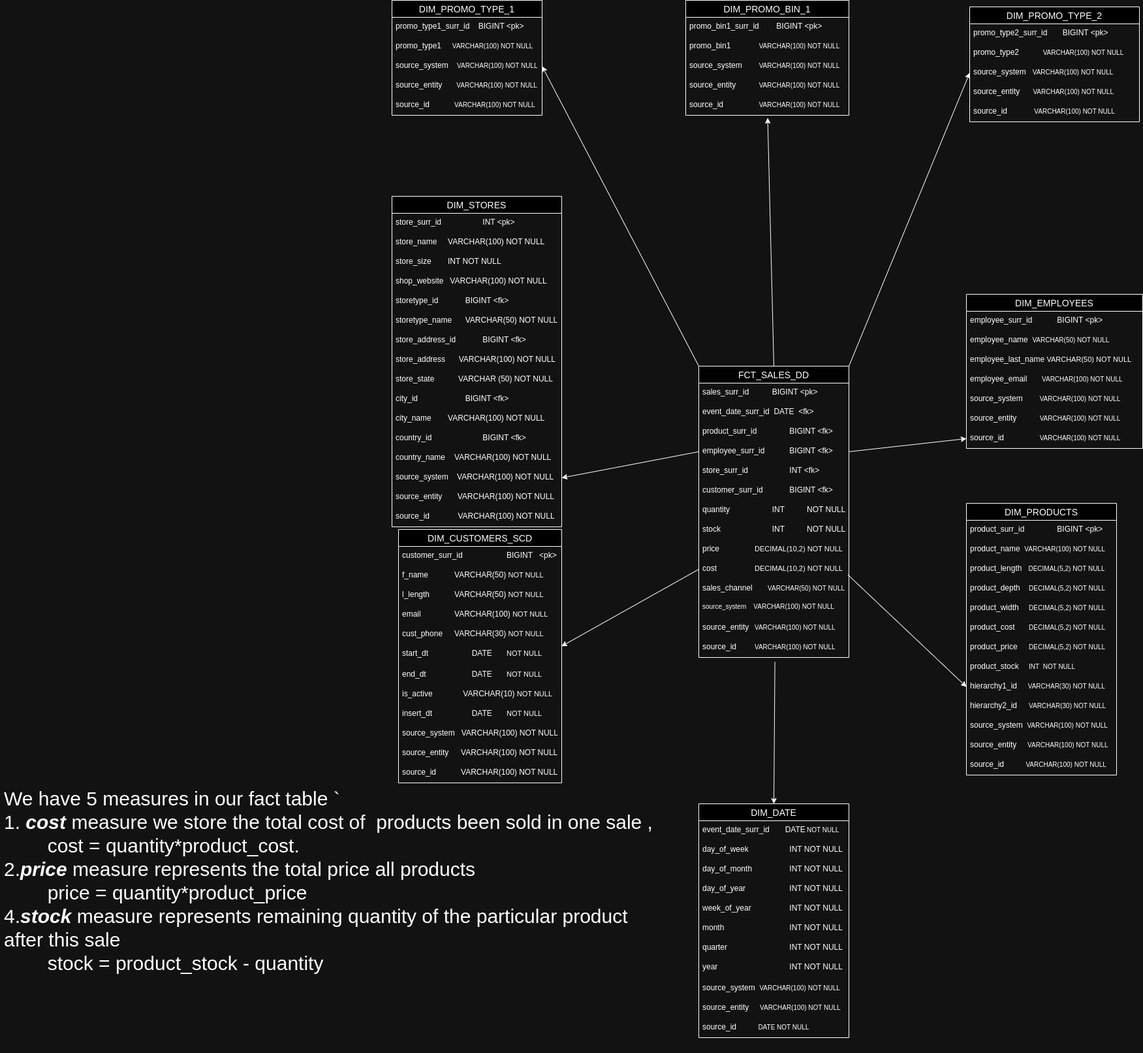
Above: DWH_Task_4/BL_DM_ERD.png in Styop9796/Stepan_Gasparyan_WCASP24 (draw.io), before the change. Source tidied: cells renumbered, new cells last; positions are measured from the earlier drawing's top-left corner, leaving out a move shared by most shapes.
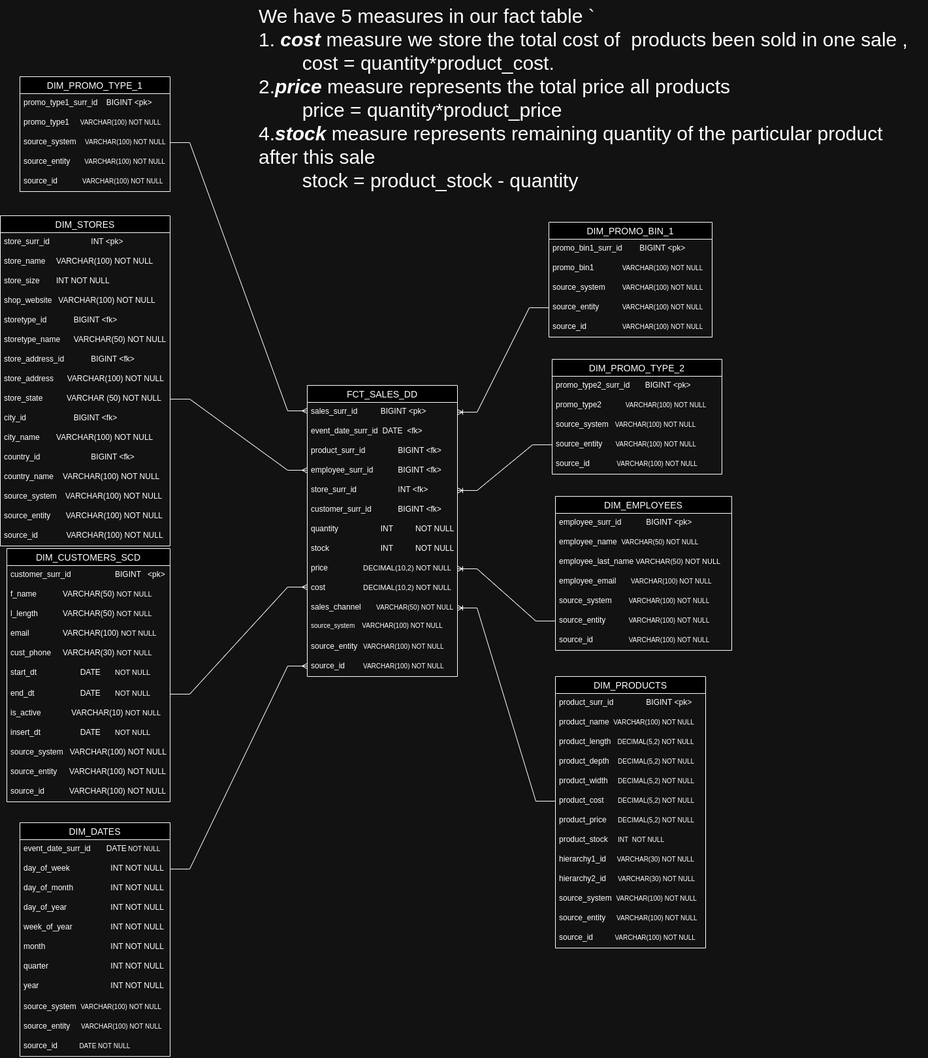
Later version of the same file.

Commit message:
ERD corrected , relations added,dates dimension in plural

Change to the diagram source:
```diff
@@ -3,7 +3,7 @@
     <mxCell id="0" />
     <mxCell id="1" parent="0" />
     <mxCell id="2" value="DIM_EMPLOYEES" style="swimlane;fontStyle=0;horizontal=1;startSize=26;align=center;fontSize=14;labelBackgroundColor=none;" parent="1" vertex="1">
-      <mxGeometry x="1480" y="450" width="270" height="236" as="geometry" />
+      <mxGeometry x="1450" y="730" width="270" height="236" as="geometry" />
     </mxCell>
     <mxCell id="3" value="employee_surr_id&lt;span style=&quot;white-space: pre;&quot;&gt;&#9;&lt;/span&gt;&lt;span style=&quot;white-space: pre;&quot;&gt;&#9;&lt;/span&gt;BIGINT &amp;lt;pk&amp;gt;" style="text;strokeColor=none;fillColor=none;spacingLeft=4;spacingRight=4;overflow=hidden;fontSize=12;whiteSpace=wrap;html=1;labelBackgroundColor=none;" parent="2" vertex="1">
       <mxGeometry y="26" width="270" height="30" as="geometry" />
@@ -26,8 +26,8 @@
     <mxCell id="9" value="&lt;div&gt;source_id&lt;span style=&quot;white-space: pre;&quot;&gt;&#9;&lt;/span&gt;&lt;span style=&quot;white-space: pre;&quot;&gt;&#9;&lt;/span&gt;&lt;span style=&quot;background-color: initial; font-size: 10px;&quot;&gt;VARCHAR(100)&amp;nbsp;&lt;/span&gt;&lt;span style=&quot;background-color: initial; font-size: 10px;&quot;&gt;NOT NULL&lt;/span&gt;&lt;/div&gt;" style="text;strokeColor=none;fillColor=none;spacingLeft=4;spacingRight=4;overflow=hidden;points=[[0,0.5],[1,0.5]];portConstraint=eastwest;fontSize=12;whiteSpace=wrap;html=1;labelBackgroundColor=none;" parent="2" vertex="1">
       <mxGeometry y="206" width="270" height="30" as="geometry" />
     </mxCell>
-    <mxCell id="10" value="DIM_DATE" style="swimlane;fontStyle=0;horizontal=1;startSize=26;align=center;fontSize=14;labelBackgroundColor=none;" parent="1" vertex="1">
-      <mxGeometry x="1070" y="1230" width="230" height="358" as="geometry" />
+    <mxCell id="10" value="DIM_DATES" style="swimlane;fontStyle=0;horizontal=1;startSize=26;align=center;fontSize=14;labelBackgroundColor=none;" parent="1" vertex="1">
+      <mxGeometry x="630" y="1230" width="230" height="358" as="geometry" />
     </mxCell>
     <mxCell id="11" value="event_date_surr_id&lt;span style=&quot;white-space: pre;&quot;&gt;&#9;&lt;/span&gt;&amp;nbsp; &amp;nbsp; &amp;nbsp; DATE&lt;span style=&quot;white-space: pre;&quot;&gt;&#9;&lt;/span&gt;&lt;span style=&quot;font-size: 10px;&quot;&gt;NOT NULL&amp;nbsp;&lt;/span&gt;" style="text;strokeColor=none;fillColor=none;spacingLeft=4;spacingRight=4;overflow=hidden;fontSize=12;whiteSpace=wrap;html=1;labelBackgroundColor=none;" parent="10" vertex="1">
       <mxGeometry y="26" width="230" height="30" as="geometry" />
@@ -198,7 +198,7 @@
       <mxGeometry y="416" width="230" height="30" as="geometry" />
     </mxCell>
     <mxCell id="67" value="DIM_PROMO_TYPE_1" style="swimlane;fontStyle=0;horizontal=1;startSize=26;align=center;fontSize=14;labelBackgroundColor=none;" parent="1" vertex="1">
-      <mxGeometry x="600" width="230" height="176" as="geometry" />
+      <mxGeometry x="630" y="87" width="230" height="176" as="geometry" />
     </mxCell>
     <mxCell id="68" value="promo_type1_surr_id&amp;nbsp; &amp;nbsp; BIGINT &amp;lt;pk&amp;gt;" style="text;strokeColor=none;fillColor=none;spacingLeft=4;spacingRight=4;overflow=hidden;fontSize=12;whiteSpace=wrap;html=1;labelBackgroundColor=none;" parent="67" vertex="1">
       <mxGeometry y="26" width="230" height="30" as="geometry" />
@@ -216,7 +216,7 @@
       <mxGeometry y="146" width="230" height="30" as="geometry" />
     </mxCell>
     <mxCell id="73" value="DIM_PROMO_TYPE_2" style="swimlane;fontStyle=0;horizontal=1;startSize=26;align=center;fontSize=14;labelBackgroundColor=none;" parent="1" vertex="1">
-      <mxGeometry x="1485" y="10" width="260" height="176" as="geometry" />
+      <mxGeometry x="1445" y="520" width="260" height="176" as="geometry" />
     </mxCell>
     <mxCell id="74" value="promo_type2_surr_id&lt;span style=&quot;white-space: pre;&quot;&gt;&#9;&lt;/span&gt;&amp;nbsp;BIGINT &amp;lt;pk&amp;gt;" style="text;strokeColor=none;fillColor=none;spacingLeft=4;spacingRight=4;overflow=hidden;fontSize=12;whiteSpace=wrap;html=1;labelBackgroundColor=none;" parent="73" vertex="1">
       <mxGeometry y="26" width="260" height="30" as="geometry" />
@@ -234,7 +234,7 @@
       <mxGeometry y="146" width="260" height="30" as="geometry" />
     </mxCell>
     <mxCell id="79" value="DIM_PROMO_BIN_1" style="swimlane;fontStyle=0;horizontal=1;startSize=26;align=center;fontSize=14;labelBackgroundColor=none;" parent="1" vertex="1">
-      <mxGeometry x="1050" width="250" height="176" as="geometry" />
+      <mxGeometry x="1440" y="310" width="250" height="176" as="geometry" />
     </mxCell>
     <mxCell id="80" value="promo_bin1_surr_id&lt;span style=&quot;white-space: pre;&quot;&gt;&#9;&lt;/span&gt;BIGINT &amp;lt;pk&amp;gt;" style="text;strokeColor=none;fillColor=none;spacingLeft=4;spacingRight=4;overflow=hidden;fontSize=12;whiteSpace=wrap;html=1;labelBackgroundColor=none;" parent="79" vertex="1">
       <mxGeometry y="26" width="250" height="30" as="geometry" />
@@ -251,33 +251,8 @@
     <mxCell id="84" value="&lt;div&gt;source_id&lt;span style=&quot;white-space: pre;&quot;&gt;&#9;&lt;/span&gt;&lt;span style=&quot;white-space: pre;&quot;&gt;&#9;&lt;/span&gt;&lt;span style=&quot;background-color: initial; font-size: 10px;&quot;&gt;VARCHAR(100)&amp;nbsp;&lt;/span&gt;&lt;span style=&quot;background-color: initial; font-size: 10px;&quot;&gt;NOT NULL&lt;/span&gt;&lt;/div&gt;" style="text;strokeColor=none;fillColor=none;spacingLeft=4;spacingRight=4;overflow=hidden;points=[[0,0.5],[1,0.5]];portConstraint=eastwest;fontSize=12;whiteSpace=wrap;html=1;labelBackgroundColor=none;" parent="79" vertex="1">
       <mxGeometry y="146" width="250" height="30" as="geometry" />
     </mxCell>
-    <mxCell id="85" style="endArrow=classic;html=1;rounded=0;exitX=1;exitY=0;exitDx=0;exitDy=0;entryX=0;entryY=0.5;entryDx=0;entryDy=0;labelBackgroundColor=none;fontColor=default;" parent="1" edge="1" source="52">
-      <mxGeometry relative="1" as="geometry">
-        <mxPoint x="1485" y="111" as="targetPoint" />
-      </mxGeometry>
-    </mxCell>
-    <mxCell id="86" style="endArrow=classic;html=1;rounded=0;exitX=0.5;exitY=0;exitDx=0;exitDy=0;entryX=0.502;entryY=1.133;entryDx=0;entryDy=0;entryPerimeter=0;labelBackgroundColor=none;fontColor=default;" parent="1" edge="1" source="52" target="84">
-      <mxGeometry relative="1" as="geometry" />
-    </mxCell>
-    <mxCell id="87" style="endArrow=classic;html=1;rounded=0;exitX=0;exitY=0;exitDx=0;exitDy=0;entryX=1;entryY=0.5;entryDx=0;entryDy=0;labelBackgroundColor=none;fontColor=default;" parent="1" edge="1" source="52">
-      <mxGeometry relative="1" as="geometry">
-        <mxPoint x="830" y="101" as="targetPoint" />
-      </mxGeometry>
-    </mxCell>
-    <mxCell id="88" style="endArrow=classic;html=1;rounded=0;exitX=1;exitY=0.5;exitDx=0;exitDy=0;entryX=0;entryY=0.5;entryDx=0;entryDy=0;labelBackgroundColor=none;fontColor=default;" parent="1" edge="1" source="56" target="9">
-      <mxGeometry relative="1" as="geometry" />
-    </mxCell>
-    <mxCell id="89" style="endArrow=classic;html=1;rounded=0;exitX=0;exitY=0.5;exitDx=0;exitDy=0;entryX=1;entryY=0.5;entryDx=0;entryDy=0;labelBackgroundColor=none;fontColor=default;" parent="1" edge="1" source="56" target="49">
-      <mxGeometry relative="1" as="geometry" />
-    </mxCell>
-    <mxCell id="90" style="endArrow=classic;html=1;rounded=0;exitX=0.994;exitY=-0.215;exitDx=0;exitDy=0;entryX=0;entryY=0.5;entryDx=0;entryDy=0;labelBackgroundColor=none;fontColor=default;exitPerimeter=0;" parent="1" edge="1" source="63" target="101">
-      <mxGeometry relative="1" as="geometry" />
-    </mxCell>
-    <mxCell id="91" style="endArrow=classic;html=1;rounded=0;exitX=0;exitY=0.5;exitDx=0;exitDy=0;entryX=0.999;entryY=0.088;entryDx=0;entryDy=0;labelBackgroundColor=none;fontColor=default;entryPerimeter=0;" parent="1" edge="1" source="62" target="28">
-      <mxGeometry relative="1" as="geometry" />
-    </mxCell>
     <mxCell id="92" value="DIM_PRODUCTS" style="swimlane;fontStyle=0;horizontal=1;startSize=26;align=center;fontSize=14;labelBackgroundColor=none;" parent="1" vertex="1">
-      <mxGeometry x="1480" y="770" width="230" height="416" as="geometry" />
+      <mxGeometry x="1450" y="1006" width="230" height="416" as="geometry" />
     </mxCell>
     <mxCell id="93" value="product_surr_id&lt;span style=&quot;white-space: pre;&quot;&gt;&#9;&lt;/span&gt;&lt;span style=&quot;white-space: pre;&quot;&gt;&#9;&lt;/span&gt;BIG&lt;span style=&quot;white-space: pre;&quot;&gt;INT &amp;lt;pk&amp;gt;&lt;/span&gt;" style="text;strokeColor=none;fillColor=none;spacingLeft=4;spacingRight=4;overflow=hidden;fontSize=12;whiteSpace=wrap;html=1;labelBackgroundColor=none;" parent="92" vertex="1">
       <mxGeometry y="26" width="230" height="30" as="geometry" />
@@ -318,11 +293,45 @@
     <mxCell id="105" value="&lt;div&gt;source_id&amp;nbsp; &amp;nbsp; &amp;nbsp; &amp;nbsp; &amp;nbsp;&amp;nbsp;&lt;span style=&quot;background-color: initial; font-size: 10px;&quot;&gt;VARCHAR(100)&amp;nbsp;&lt;/span&gt;&lt;span style=&quot;background-color: initial; font-size: 10px;&quot;&gt;NOT NULL&lt;/span&gt;&lt;/div&gt;" style="text;strokeColor=none;fillColor=none;spacingLeft=4;spacingRight=4;overflow=hidden;fontSize=12;whiteSpace=wrap;html=1;labelBackgroundColor=none;" parent="92" vertex="1">
       <mxGeometry y="386" width="230" height="30" as="geometry" />
     </mxCell>
-    <mxCell id="106" style="endArrow=classic;html=1;rounded=0;exitX=0.507;exitY=1.224;exitDx=0;exitDy=0;exitPerimeter=0;entryX=0.5;entryY=0;entryDx=0;entryDy=0;labelBackgroundColor=none;fontColor=default;" parent="1" edge="1" source="66" target="10">
-      <mxGeometry relative="1" as="geometry" />
-    </mxCell>
     <mxCell id="107" value="&lt;font style=&quot;font-size: 30px;&quot;&gt;We have 5 measures in our fact table `&lt;/font&gt;&lt;div style=&quot;font-size: 30px;&quot;&gt;&lt;font style=&quot;font-size: 30px;&quot;&gt;1.&amp;nbsp;&lt;i style=&quot;font-weight: bold;&quot;&gt;cost &lt;/i&gt;measure we store the total cost of&amp;nbsp; products been sold in one sale , &lt;span style=&quot;white-space: pre;&quot;&gt;&#9;&lt;/span&gt;cost = quantity*product_cost.&lt;span style=&quot;background-color: initial;&quot;&gt;&amp;nbsp; &amp;nbsp;&lt;/span&gt;&lt;i style=&quot;background-color: initial; font-weight: bold;&quot;&gt;&amp;nbsp;&lt;/i&gt;&lt;/font&gt;&lt;div&gt;&lt;div&gt;&lt;font style=&quot;font-size: 30px;&quot;&gt;2.&lt;b&gt;&lt;i&gt;price&lt;/i&gt;&lt;/b&gt; measure represents the total price all products&amp;nbsp;&lt;/font&gt;&lt;/div&gt;&lt;div&gt;&lt;font style=&quot;font-size: 30px;&quot;&gt;&lt;span style=&quot;white-space: pre;&quot;&gt;&#9;&lt;/span&gt;price = quantity*product_price&lt;/font&gt;&lt;/div&gt;&lt;div&gt;&lt;font style=&quot;font-size: 30px;&quot;&gt;4.&lt;b style=&quot;font-style: italic;&quot;&gt;stock &lt;/b&gt;measure represents remaining quantity of the particular product after this sale&lt;/font&gt;&lt;/div&gt;&lt;div&gt;&lt;font style=&quot;font-size: 30px;&quot;&gt;&lt;span style=&quot;white-space: pre;&quot;&gt;&#9;&lt;/span&gt;stock = product_stock - quantity&amp;nbsp;&amp;nbsp;&amp;nbsp;&lt;/font&gt;&lt;/div&gt;&lt;div&gt;&lt;br&gt;&lt;/div&gt;&lt;/div&gt;&lt;/div&gt;" style="text;strokeColor=none;fillColor=none;spacingLeft=4;spacingRight=4;overflow=hidden;fontSize=25;whiteSpace=wrap;html=1;labelBackgroundColor=none;" parent="1" vertex="1">
-      <mxGeometry y="1198" width="1030" height="410" as="geometry" />
+      <mxGeometry x="990" y="-30" width="1030" height="410" as="geometry" />
     </mxCell>
+    <mxCell id="108" style="edgeStyle=entityRelationEdgeStyle;fontSize=12;html=1;endArrow=ERmany;rounded=0;exitX=1;exitY=0.5;exitDx=0;exitDy=0;" parent="1" edge="1" source="44">
+      <mxGeometry relative="1" as="geometry">
+        <mxPoint x="1070" y="690" as="targetPoint" />
+      </mxGeometry>
+    </mxCell>
+    <mxCell id="109" style="edgeStyle=entityRelationEdgeStyle;fontSize=12;html=1;endArrow=ERmany;rounded=0;exitX=1;exitY=0.5;exitDx=0;exitDy=0;" parent="1" edge="1" source="29">
+      <mxGeometry relative="1" as="geometry">
+        <mxPoint x="1070" y="869" as="targetPoint" />
+      </mxGeometry>
+    </mxCell>
+    <mxCell id="110" style="edgeStyle=entityRelationEdgeStyle;fontSize=12;html=1;endArrow=ERmany;rounded=0;exitX=1;exitY=0.5;exitDx=0;exitDy=0;" parent="1" edge="1" source="70">
+      <mxGeometry relative="1" as="geometry">
+        <mxPoint x="1070" y="599" as="targetPoint" />
+      </mxGeometry>
+    </mxCell>
+    <mxCell id="111" style="edgeStyle=entityRelationEdgeStyle;fontSize=12;html=1;endArrow=ERmany;rounded=0;exitX=1;exitY=0.5;exitDx=0;exitDy=0;" parent="1" edge="1" source="12">
+      <mxGeometry relative="1" as="geometry">
+        <mxPoint x="1070" y="990" as="targetPoint" />
+        <Array as="points">
+          <mxPoint x="940" y="1230" />
+          <mxPoint x="900" y="1180" />
+          <mxPoint x="930" y="1110" />
+        </Array>
+      </mxGeometry>
+    </mxCell>
+    <mxCell id="112" style="edgeStyle=entityRelationEdgeStyle;fontSize=12;html=1;endArrow=ERoneToMany;rounded=0;entryX=1;entryY=0.5;entryDx=0;entryDy=0;exitX=0;exitY=0.5;exitDx=0;exitDy=0;" parent="1" edge="1" source="98" target="63">
+      <mxGeometry relative="1" as="geometry" />
+    </mxCell>
+    <mxCell id="113" style="edgeStyle=entityRelationEdgeStyle;fontSize=12;html=1;endArrow=ERoneToMany;rounded=0;entryX=1;entryY=0.5;entryDx=0;entryDy=0;exitX=0;exitY=0.5;exitDx=0;exitDy=0;" parent="1" edge="1" source="8" target="61">
+      <mxGeometry relative="1" as="geometry" />
+    </mxCell>
+    <mxCell id="114" style="edgeStyle=entityRelationEdgeStyle;fontSize=12;html=1;endArrow=ERoneToMany;rounded=0;entryX=1;entryY=0.5;entryDx=0;entryDy=0;exitX=0;exitY=0.5;exitDx=0;exitDy=0;" parent="1" edge="1" source="77" target="57">
+      <mxGeometry relative="1" as="geometry" />
+    </mxCell>
+    <mxCell id="115" style="edgeStyle=entityRelationEdgeStyle;fontSize=12;html=1;endArrow=ERoneToMany;rounded=0;entryX=1;entryY=0.5;entryDx=0;entryDy=0;exitX=0;exitY=0.5;exitDx=0;exitDy=0;" parent="1" edge="1" source="83" target="53">
+      <mxGeometry relative="1" as="geometry" />
+    </mxCell>
   </root>
 </mxGraphModel>
```
